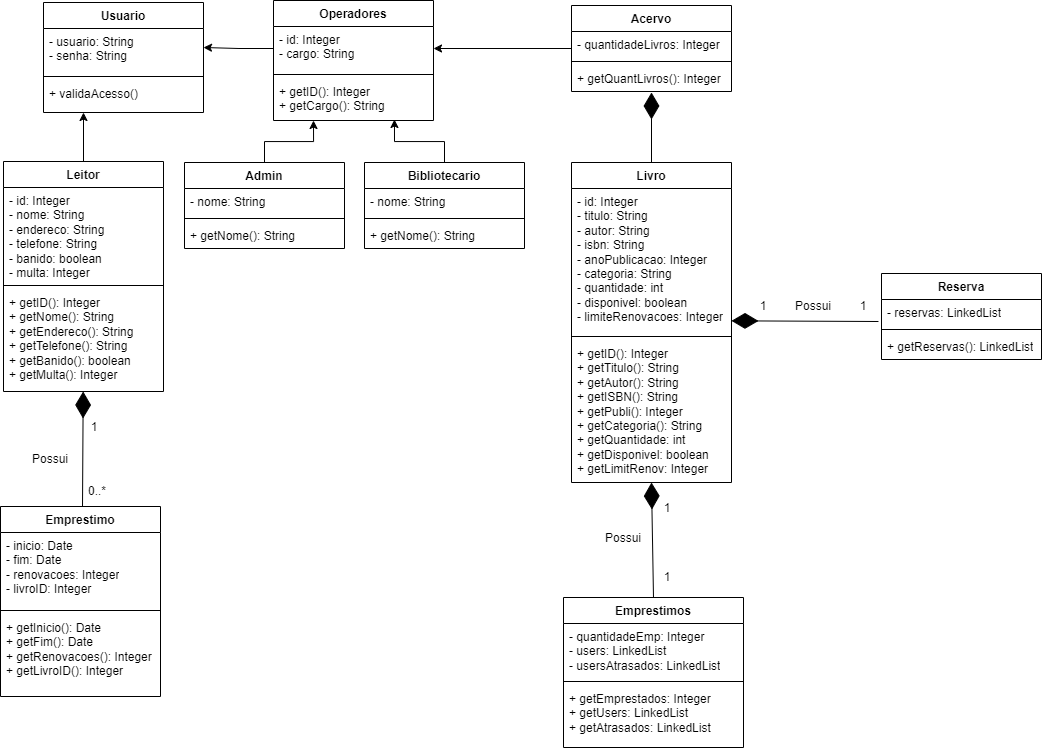
The draw.io diagram docs/DiagramaClasses.png in micaelmz/library-management-system, before a commit. Source tidied: cells renumbered, new cells last; positions are measured from the earlier drawing's top-left corner, leaving out a move shared by most shapes. The source it was exported from:
```xml
<mxGraphModel>
  <root>
    <mxCell id="0" />
    <mxCell id="1" parent="0" />
    <mxCell id="2" value="Usuario" style="swimlane;fontStyle=1;align=center;verticalAlign=top;horizontal=1;startSize=26;rounded=0;shadow=0;strokeWidth=1;labelBackgroundColor=none;" parent="1" vertex="1">
      <mxGeometry x="43" y="2" width="160" height="110" as="geometry" />
    </mxCell>
    <mxCell id="3" value="- usuario: String&#10;- senha: String" style="text;align=left;verticalAlign=top;spacingLeft=4;spacingRight=4;overflow=hidden;labelBackgroundColor=none;" parent="2" vertex="1">
      <mxGeometry y="26" width="160" height="44" as="geometry" />
    </mxCell>
    <mxCell id="4" style="line;html=1;strokeWidth=1;align=left;verticalAlign=middle;spacingTop=-1;spacingLeft=3;spacingRight=3;labelPosition=right;labelBackgroundColor=none;" parent="2" vertex="1">
      <mxGeometry y="70" width="160" height="8" as="geometry" />
    </mxCell>
    <mxCell id="5" value="+ validaAcesso()" style="text;align=left;verticalAlign=top;spacingLeft=4;spacingRight=4;overflow=hidden;labelBackgroundColor=none;" parent="2" vertex="1">
      <mxGeometry y="78" width="160" height="26" as="geometry" />
    </mxCell>
    <mxCell id="6" style="edgeStyle=orthogonalEdgeStyle;rounded=0;jettySize=auto;html=1;entryX=0.25;entryY=1;entryDx=0;entryDy=0;labelBackgroundColor=none;fontColor=default;" parent="1" edge="1" source="7" target="2">
      <mxGeometry relative="1" as="geometry" />
    </mxCell>
    <mxCell id="7" value="Leitor" style="swimlane;fontStyle=1;align=center;verticalAlign=top;horizontal=1;startSize=26;whiteSpace=wrap;html=1;labelBackgroundColor=none;" parent="1" vertex="1">
      <mxGeometry x="3" y="161" width="160" height="230" as="geometry" />
    </mxCell>
    <mxCell id="8" value="- id: Integer&lt;br&gt;- nome: String&lt;br&gt;- endereco: String&lt;br&gt;- telefone: String&lt;br&gt;- banido: boolean&lt;br&gt;- multa: Integer" style="text;strokeColor=none;fillColor=none;align=left;verticalAlign=top;spacingLeft=4;spacingRight=4;overflow=hidden;whiteSpace=wrap;html=1;labelBackgroundColor=none;" parent="7" vertex="1">
      <mxGeometry y="26" width="160" height="94" as="geometry" />
    </mxCell>
    <mxCell id="9" style="line;strokeWidth=1;fillColor=none;align=left;verticalAlign=middle;spacingTop=-1;spacingLeft=3;spacingRight=3;labelPosition=right;labelBackgroundColor=none;" parent="7" vertex="1">
      <mxGeometry y="120" width="160" height="8" as="geometry" />
    </mxCell>
    <mxCell id="10" value="+ getID(): Integer&lt;br style=&quot;border-color: var(--border-color);&quot;&gt;+ getNome(): String&lt;br&gt;+ getEndereco(): String&lt;br style=&quot;border-color: var(--border-color);&quot;&gt;+ getTelefone(): String&lt;br style=&quot;border-color: var(--border-color);&quot;&gt;+ getBanido(): boolean&lt;br&gt;+ getMulta(): Integer" style="text;strokeColor=none;fillColor=none;align=left;verticalAlign=top;spacingLeft=4;spacingRight=4;overflow=hidden;points=[[0,0.5],[1,0.5]];portConstraint=eastwest;whiteSpace=wrap;html=1;labelBackgroundColor=none;" parent="7" vertex="1">
      <mxGeometry y="128" width="160" height="102" as="geometry" />
    </mxCell>
    <mxCell id="11" style="edgeStyle=orthogonalEdgeStyle;rounded=0;jettySize=auto;html=1;entryX=0.756;entryY=0.976;entryDx=0;entryDy=0;entryPerimeter=0;labelBackgroundColor=none;fontColor=default;" parent="1" edge="1" source="12" target="44">
      <mxGeometry relative="1" as="geometry" />
    </mxCell>
    <mxCell id="12" value="Bibliotecario" style="swimlane;fontStyle=1;align=center;verticalAlign=top;horizontal=1;startSize=26;whiteSpace=wrap;html=1;labelBackgroundColor=none;" parent="1" vertex="1">
      <mxGeometry x="364" y="162" width="160" height="86" as="geometry" />
    </mxCell>
    <mxCell id="13" value="- nome: String" style="text;strokeColor=none;fillColor=none;align=left;verticalAlign=top;spacingLeft=4;spacingRight=4;overflow=hidden;whiteSpace=wrap;html=1;labelBackgroundColor=none;" parent="12" vertex="1">
      <mxGeometry y="26" width="160" height="26" as="geometry" />
    </mxCell>
    <mxCell id="14" style="line;strokeWidth=1;fillColor=none;align=left;verticalAlign=middle;spacingTop=-1;spacingLeft=3;spacingRight=3;labelPosition=right;labelBackgroundColor=none;" parent="12" vertex="1">
      <mxGeometry y="52" width="160" height="8" as="geometry" />
    </mxCell>
    <mxCell id="15" value="+ getNome(): String" style="text;strokeColor=none;fillColor=none;align=left;verticalAlign=top;spacingLeft=4;spacingRight=4;overflow=hidden;whiteSpace=wrap;html=1;labelBackgroundColor=none;" parent="12" vertex="1">
      <mxGeometry y="60" width="160" height="26" as="geometry" />
    </mxCell>
    <mxCell id="16" style="edgeStyle=orthogonalEdgeStyle;rounded=0;jettySize=auto;html=1;entryX=0.25;entryY=1;entryDx=0;entryDy=0;entryPerimeter=0;labelBackgroundColor=none;fontColor=default;" parent="1" edge="1" source="17" target="44">
      <mxGeometry relative="1" as="geometry" />
    </mxCell>
    <mxCell id="17" value="Admin" style="swimlane;fontStyle=1;align=center;verticalAlign=top;horizontal=1;startSize=26;whiteSpace=wrap;html=1;labelBackgroundColor=none;" parent="1" vertex="1">
      <mxGeometry x="184" y="162" width="160" height="86" as="geometry" />
    </mxCell>
    <mxCell id="18" value="- nome: String" style="text;strokeColor=none;fillColor=none;align=left;verticalAlign=top;spacingLeft=4;spacingRight=4;overflow=hidden;whiteSpace=wrap;html=1;labelBackgroundColor=none;" parent="17" vertex="1">
      <mxGeometry y="26" width="160" height="26" as="geometry" />
    </mxCell>
    <mxCell id="19" style="line;strokeWidth=1;fillColor=none;align=left;verticalAlign=middle;spacingTop=-1;spacingLeft=3;spacingRight=3;labelPosition=right;labelBackgroundColor=none;" parent="17" vertex="1">
      <mxGeometry y="52" width="160" height="8" as="geometry" />
    </mxCell>
    <mxCell id="20" value="+ getNome(): String" style="text;strokeColor=none;fillColor=none;align=left;verticalAlign=top;spacingLeft=4;spacingRight=4;overflow=hidden;whiteSpace=wrap;html=1;labelBackgroundColor=none;" parent="17" vertex="1">
      <mxGeometry y="60" width="160" height="26" as="geometry" />
    </mxCell>
    <mxCell id="21" value="Livro" style="swimlane;fontStyle=1;align=center;verticalAlign=top;horizontal=1;startSize=26;whiteSpace=wrap;html=1;labelBackgroundColor=none;" parent="1" vertex="1">
      <mxGeometry x="571" y="162" width="160" height="320" as="geometry" />
    </mxCell>
    <mxCell id="22" value="- id: Integer&lt;br&gt;- titulo: String&lt;br&gt;- autor: String&lt;br&gt;- isbn: String&lt;br&gt;- anoPublicacao: Integer&lt;br&gt;- categoria: String&lt;br&gt;- quantidade: int&lt;br&gt;- disponivel: boolean&lt;br&gt;- limiteRenovacoes: Integer" style="text;strokeColor=none;fillColor=none;align=left;verticalAlign=top;spacingLeft=4;spacingRight=4;overflow=hidden;points=[[0,0.5],[1,0.5]];portConstraint=eastwest;whiteSpace=wrap;html=1;labelBackgroundColor=none;" parent="21" vertex="1">
      <mxGeometry y="26" width="160" height="144" as="geometry" />
    </mxCell>
    <mxCell id="23" style="line;strokeWidth=1;fillColor=none;align=left;verticalAlign=middle;spacingTop=-1;spacingLeft=3;spacingRight=3;labelPosition=right;labelBackgroundColor=none;" parent="21" vertex="1">
      <mxGeometry y="170" width="160" height="8" as="geometry" />
    </mxCell>
    <mxCell id="24" value="+ getID(): Integer&lt;br&gt;+ getTitulo(): String&lt;br&gt;+ getAutor(): String&lt;br&gt;+ getISBN(): String&lt;br&gt;+ getPubli(): Integer&lt;br&gt;+ getCategoria(): String&lt;br&gt;+ getQuantidade: int&lt;br&gt;+ getDisponivel: boolean&lt;br&gt;+ getLimitRenov: Integer" style="text;strokeColor=none;fillColor=none;align=left;verticalAlign=top;spacingLeft=4;spacingRight=4;overflow=hidden;whiteSpace=wrap;html=1;labelBackgroundColor=none;" parent="21" vertex="1">
      <mxGeometry y="178" width="160" height="142" as="geometry" />
    </mxCell>
    <mxCell id="25" style="endArrow=diamondThin;endFill=1;endSize=24;html=1;rounded=0;exitX=0.25;exitY=1;exitDx=0;exitDy=0;labelBackgroundColor=none;fontColor=default;" parent="1" edge="1" source="46" target="10">
      <mxGeometry relative="1" as="geometry" />
    </mxCell>
    <mxCell id="26" style="edgeStyle=orthogonalEdgeStyle;rounded=0;jettySize=auto;html=1;entryX=1;entryY=0.5;entryDx=0;entryDy=0;labelBackgroundColor=none;fontColor=default;" parent="1" edge="1" source="27" target="42">
      <mxGeometry relative="1" as="geometry" />
    </mxCell>
    <mxCell id="27" value="Acervo" style="swimlane;fontStyle=1;align=center;verticalAlign=top;horizontal=1;startSize=26;whiteSpace=wrap;html=1;labelBackgroundColor=none;" parent="1" vertex="1">
      <mxGeometry x="571" y="5" width="160" height="86" as="geometry" />
    </mxCell>
    <mxCell id="28" value="- quantidadeLivros: Integer" style="text;strokeColor=none;fillColor=none;align=left;verticalAlign=top;spacingLeft=4;spacingRight=4;overflow=hidden;whiteSpace=wrap;html=1;labelBackgroundColor=none;" parent="27" vertex="1">
      <mxGeometry y="26" width="160" height="26" as="geometry" />
    </mxCell>
    <mxCell id="29" style="line;strokeWidth=1;fillColor=none;align=left;verticalAlign=middle;spacingTop=-1;spacingLeft=3;spacingRight=3;labelPosition=right;labelBackgroundColor=none;" parent="27" vertex="1">
      <mxGeometry y="52" width="160" height="8" as="geometry" />
    </mxCell>
    <mxCell id="30" value="+ getQuantLivros(): Integer" style="text;strokeColor=none;fillColor=none;align=left;verticalAlign=top;spacingLeft=4;spacingRight=4;overflow=hidden;points=[[0,0.5],[1,0.5]];portConstraint=eastwest;whiteSpace=wrap;html=1;labelBackgroundColor=none;" parent="27" vertex="1">
      <mxGeometry y="60" width="160" height="26" as="geometry" />
    </mxCell>
    <mxCell id="31" style="endArrow=diamondThin;endFill=1;endSize=24;html=1;rounded=0;exitX=0.5;exitY=0;exitDx=0;exitDy=0;entryX=0.5;entryY=1.038;entryDx=0;entryDy=0;entryPerimeter=0;labelBackgroundColor=none;fontColor=default;" parent="1" edge="1" source="21" target="30">
      <mxGeometry relative="1" as="geometry" />
    </mxCell>
    <mxCell id="32" value="Emprestimo" style="swimlane;fontStyle=1;align=center;verticalAlign=top;horizontal=1;startSize=26;whiteSpace=wrap;html=1;labelBackgroundColor=none;" parent="1" vertex="1">
      <mxGeometry y="506" width="160" height="190" as="geometry" />
    </mxCell>
    <mxCell id="33" value="- inicio: Date&lt;br&gt;- fim: Date&lt;br&gt;- renovacoes: Integer&lt;br&gt;- livroID: Integer" style="text;strokeColor=none;fillColor=none;align=left;verticalAlign=top;spacingLeft=4;spacingRight=4;overflow=hidden;whiteSpace=wrap;html=1;labelBackgroundColor=none;" parent="32" vertex="1">
      <mxGeometry y="26" width="160" height="74" as="geometry" />
    </mxCell>
    <mxCell id="34" style="line;strokeWidth=1;fillColor=none;align=left;verticalAlign=middle;spacingTop=-1;spacingLeft=3;spacingRight=3;labelPosition=right;labelBackgroundColor=none;" parent="32" vertex="1">
      <mxGeometry y="100" width="160" height="8" as="geometry" />
    </mxCell>
    <mxCell id="35" value="+ getInicio(): Date&lt;br&gt;+ getFim(): Date&lt;br&gt;+ getRenovacoes(): Integer&lt;br style=&quot;border-color: var(--border-color);&quot;&gt;+ getLivroID(): Integer" style="text;strokeColor=none;fillColor=none;align=left;verticalAlign=top;spacingLeft=4;spacingRight=4;overflow=hidden;whiteSpace=wrap;html=1;labelBackgroundColor=none;" parent="32" vertex="1">
      <mxGeometry y="108" width="160" height="82" as="geometry" />
    </mxCell>
    <mxCell id="36" value="Reserva" style="swimlane;fontStyle=1;align=center;verticalAlign=top;horizontal=1;startSize=26;whiteSpace=wrap;html=1;labelBackgroundColor=none;" parent="1" vertex="1">
      <mxGeometry x="881" y="273" width="160" height="86" as="geometry" />
    </mxCell>
    <mxCell id="37" value="- reservas: LinkedList" style="text;strokeColor=none;fillColor=none;align=left;verticalAlign=top;spacingLeft=4;spacingRight=4;overflow=hidden;points=[[0,0.5],[1,0.5]];portConstraint=eastwest;whiteSpace=wrap;html=1;labelBackgroundColor=none;" parent="36" vertex="1">
      <mxGeometry y="26" width="160" height="26" as="geometry" />
    </mxCell>
    <mxCell id="38" style="line;strokeWidth=1;fillColor=none;align=left;verticalAlign=middle;spacingTop=-1;spacingLeft=3;spacingRight=3;labelPosition=right;labelBackgroundColor=none;" parent="36" vertex="1">
      <mxGeometry y="52" width="160" height="8" as="geometry" />
    </mxCell>
    <mxCell id="39" value="+ getReservas(): LinkedList" style="text;strokeColor=none;fillColor=none;align=left;verticalAlign=top;spacingLeft=4;spacingRight=4;overflow=hidden;whiteSpace=wrap;html=1;labelBackgroundColor=none;" parent="36" vertex="1">
      <mxGeometry y="60" width="160" height="26" as="geometry" />
    </mxCell>
    <mxCell id="40" style="endArrow=diamondThin;endFill=1;endSize=24;html=1;rounded=0;exitX=-0.019;exitY=0.846;exitDx=0;exitDy=0;exitPerimeter=0;labelBackgroundColor=none;fontColor=default;entryX=1;entryY=0.919;entryDx=0;entryDy=0;entryPerimeter=0;" parent="1" edge="1" source="37" target="22">
      <mxGeometry relative="1" as="geometry" />
    </mxCell>
    <mxCell id="41" value="Operadores" style="swimlane;fontStyle=1;align=center;verticalAlign=top;horizontal=1;startSize=26;whiteSpace=wrap;html=1;labelBackgroundColor=none;" parent="1" vertex="1">
      <mxGeometry x="273" width="160" height="120" as="geometry" />
    </mxCell>
    <mxCell id="42" value="- id: Integer&lt;br&gt;- cargo: String" style="text;strokeColor=none;fillColor=none;align=left;verticalAlign=top;spacingLeft=4;spacingRight=4;overflow=hidden;points=[[0,0.5],[1,0.5]];portConstraint=eastwest;whiteSpace=wrap;html=1;labelBackgroundColor=none;" parent="41" vertex="1">
      <mxGeometry y="26" width="160" height="44" as="geometry" />
    </mxCell>
    <mxCell id="43" style="line;strokeWidth=1;fillColor=none;align=left;verticalAlign=middle;spacingTop=-1;spacingLeft=3;spacingRight=3;labelPosition=right;labelBackgroundColor=none;" parent="41" vertex="1">
      <mxGeometry y="70" width="160" height="8" as="geometry" />
    </mxCell>
    <mxCell id="44" value="+ getID(): Integer&lt;br&gt;+ getCargo(): String" style="text;strokeColor=none;fillColor=none;align=left;verticalAlign=top;spacingLeft=4;spacingRight=4;overflow=hidden;points=[[0,0.5],[1,0.5]];portConstraint=eastwest;whiteSpace=wrap;html=1;labelBackgroundColor=none;" parent="41" vertex="1">
      <mxGeometry y="78" width="160" height="42" as="geometry" />
    </mxCell>
    <mxCell id="45" style="edgeStyle=orthogonalEdgeStyle;rounded=0;jettySize=auto;html=1;entryX=1;entryY=0.5;entryDx=0;entryDy=0;labelBackgroundColor=none;fontColor=default;" parent="1" edge="1" source="42">
      <mxGeometry relative="1" as="geometry">
        <mxPoint x="203" y="47" as="targetPoint" />
      </mxGeometry>
    </mxCell>
    <mxCell id="46" value="0..*" style="text;html=1;strokeColor=none;fillColor=none;align=center;verticalAlign=middle;whiteSpace=wrap;rounded=0;" parent="1" vertex="1">
      <mxGeometry x="67" y="476" width="60" height="30" as="geometry" />
    </mxCell>
    <mxCell id="47" value="1" style="text;html=1;strokeColor=none;fillColor=none;align=center;verticalAlign=middle;whiteSpace=wrap;rounded=0;" parent="1" vertex="1">
      <mxGeometry x="64" y="412" width="60" height="30" as="geometry" />
    </mxCell>
    <mxCell id="48" value="Possui" style="text;html=1;strokeColor=none;fillColor=none;align=center;verticalAlign=middle;whiteSpace=wrap;rounded=0;" parent="1" vertex="1">
      <mxGeometry x="20" y="444" width="60" height="30" as="geometry" />
    </mxCell>
    <mxCell id="49" value="Possui" style="text;html=1;strokeColor=none;fillColor=none;align=center;verticalAlign=middle;whiteSpace=wrap;rounded=0;" parent="1" vertex="1">
      <mxGeometry x="783" y="291" width="60" height="30" as="geometry" />
    </mxCell>
    <mxCell id="50" value="1" style="text;html=1;strokeColor=none;fillColor=none;align=center;verticalAlign=middle;whiteSpace=wrap;rounded=0;" parent="1" vertex="1">
      <mxGeometry x="733" y="291" width="60" height="30" as="geometry" />
    </mxCell>
    <mxCell id="51" value="1" style="text;html=1;strokeColor=none;fillColor=none;align=center;verticalAlign=middle;whiteSpace=wrap;rounded=0;" parent="1" vertex="1">
      <mxGeometry x="833" y="291" width="60" height="30" as="geometry" />
    </mxCell>
    <mxCell id="52" value="Emprestimos" style="swimlane;fontStyle=1;align=center;verticalAlign=top;horizontal=1;startSize=26;whiteSpace=wrap;html=1;labelBackgroundColor=none;" parent="1" vertex="1">
      <mxGeometry x="563" y="597" width="180" height="150" as="geometry" />
    </mxCell>
    <mxCell id="53" value="- quantidadeEmp: Integer&lt;br&gt;- users: LinkedList&lt;br&gt;- usersAtrasados: LinkedList" style="text;strokeColor=none;fillColor=none;align=left;verticalAlign=top;spacingLeft=4;spacingRight=4;overflow=hidden;whiteSpace=wrap;html=1;labelBackgroundColor=none;" parent="52" vertex="1">
      <mxGeometry y="26" width="180" height="54" as="geometry" />
    </mxCell>
    <mxCell id="54" style="line;strokeWidth=1;fillColor=none;align=left;verticalAlign=middle;spacingTop=-1;spacingLeft=3;spacingRight=3;labelPosition=right;labelBackgroundColor=none;" parent="52" vertex="1">
      <mxGeometry y="80" width="180" height="8" as="geometry" />
    </mxCell>
    <mxCell id="55" value="+ getEmprestados: Integer&lt;br style=&quot;border-color: var(--border-color);&quot;&gt;+ getUsers: LinkedList&lt;br style=&quot;border-color: var(--border-color);&quot;&gt;+ getAtrasados: LinkedList" style="text;strokeColor=none;fillColor=none;align=left;verticalAlign=top;spacingLeft=4;spacingRight=4;overflow=hidden;whiteSpace=wrap;html=1;labelBackgroundColor=none;" parent="52" vertex="1">
      <mxGeometry y="88" width="180" height="62" as="geometry" />
    </mxCell>
    <mxCell id="56" style="endArrow=diamondThin;endFill=1;endSize=24;html=1;rounded=0;exitX=0.5;exitY=0;exitDx=0;exitDy=0;labelBackgroundColor=none;fontColor=default;entryX=0.5;entryY=1;entryDx=0;entryDy=0;" parent="1" edge="1" source="52" target="21">
      <mxGeometry relative="1" as="geometry" />
    </mxCell>
    <mxCell id="57" value="Possui" style="text;html=1;strokeColor=none;fillColor=none;align=center;verticalAlign=middle;whiteSpace=wrap;rounded=0;" parent="1" vertex="1">
      <mxGeometry x="593" y="523" width="60" height="30" as="geometry" />
    </mxCell>
    <mxCell id="58" value="1" style="text;html=1;strokeColor=none;fillColor=none;align=center;verticalAlign=middle;whiteSpace=wrap;rounded=0;" parent="1" vertex="1">
      <mxGeometry x="637" y="493" width="60" height="30" as="geometry" />
    </mxCell>
    <mxCell id="59" value="1" style="text;html=1;strokeColor=none;fillColor=none;align=center;verticalAlign=middle;whiteSpace=wrap;rounded=0;" parent="1" vertex="1">
      <mxGeometry x="637" y="562" width="60" height="30" as="geometry" />
    </mxCell>
  </root>
</mxGraphModel>
```
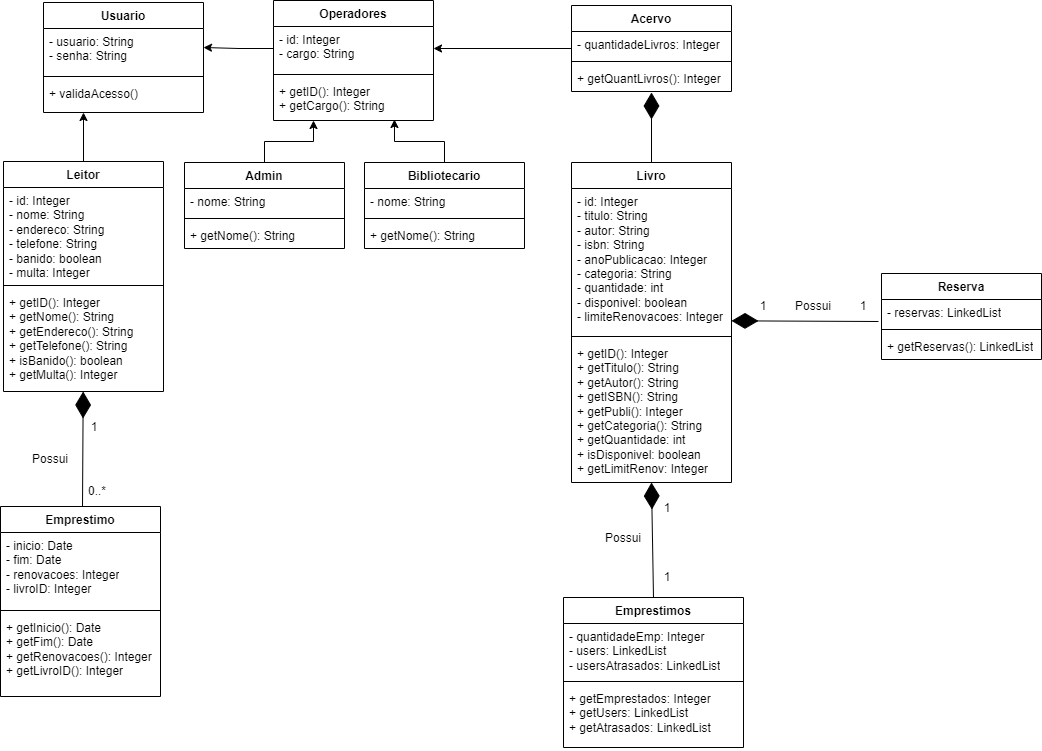
Later version of the same file.

Commit message:
📚docs: Atualização no Diagrama de Classes -> Getters dos Booleans

Diff of the diagram source:
```diff
@@ -26,7 +26,7 @@
     <mxCell id="9" style="line;strokeWidth=1;fillColor=none;align=left;verticalAlign=middle;spacingTop=-1;spacingLeft=3;spacingRight=3;labelPosition=right;labelBackgroundColor=none;" parent="7" vertex="1">
       <mxGeometry y="120" width="160" height="8" as="geometry" />
     </mxCell>
-    <mxCell id="10" value="+ getID(): Integer&lt;br style=&quot;border-color: var(--border-color);&quot;&gt;+ getNome(): String&lt;br&gt;+ getEndereco(): String&lt;br style=&quot;border-color: var(--border-color);&quot;&gt;+ getTelefone(): String&lt;br style=&quot;border-color: var(--border-color);&quot;&gt;+ getBanido(): boolean&lt;br&gt;+ getMulta(): Integer" style="text;strokeColor=none;fillColor=none;align=left;verticalAlign=top;spacingLeft=4;spacingRight=4;overflow=hidden;points=[[0,0.5],[1,0.5]];portConstraint=eastwest;whiteSpace=wrap;html=1;labelBackgroundColor=none;" parent="7" vertex="1">
+    <mxCell id="10" value="+ getID(): Integer&lt;br style=&quot;border-color: var(--border-color);&quot;&gt;+ getNome(): String&lt;br&gt;+ getEndereco(): String&lt;br style=&quot;border-color: var(--border-color);&quot;&gt;+ getTelefone(): String&lt;br style=&quot;border-color: var(--border-color);&quot;&gt;+ isBanido(): boolean&lt;br&gt;+ getMulta(): Integer" style="text;strokeColor=none;fillColor=none;align=left;verticalAlign=top;spacingLeft=4;spacingRight=4;overflow=hidden;points=[[0,0.5],[1,0.5]];portConstraint=eastwest;whiteSpace=wrap;html=1;labelBackgroundColor=none;" parent="7" vertex="1">
       <mxGeometry y="128" width="160" height="102" as="geometry" />
     </mxCell>
     <mxCell id="11" style="edgeStyle=orthogonalEdgeStyle;rounded=0;jettySize=auto;html=1;entryX=0.756;entryY=0.976;entryDx=0;entryDy=0;entryPerimeter=0;labelBackgroundColor=none;fontColor=default;" parent="1" edge="1" source="12" target="44">
@@ -68,7 +68,7 @@
     <mxCell id="23" style="line;strokeWidth=1;fillColor=none;align=left;verticalAlign=middle;spacingTop=-1;spacingLeft=3;spacingRight=3;labelPosition=right;labelBackgroundColor=none;" parent="21" vertex="1">
       <mxGeometry y="170" width="160" height="8" as="geometry" />
     </mxCell>
-    <mxCell id="24" value="+ getID(): Integer&lt;br&gt;+ getTitulo(): String&lt;br&gt;+ getAutor(): String&lt;br&gt;+ getISBN(): String&lt;br&gt;+ getPubli(): Integer&lt;br&gt;+ getCategoria(): String&lt;br&gt;+ getQuantidade: int&lt;br&gt;+ getDisponivel: boolean&lt;br&gt;+ getLimitRenov: Integer" style="text;strokeColor=none;fillColor=none;align=left;verticalAlign=top;spacingLeft=4;spacingRight=4;overflow=hidden;whiteSpace=wrap;html=1;labelBackgroundColor=none;" parent="21" vertex="1">
+    <mxCell id="24" value="+ getID(): Integer&lt;br&gt;+ getTitulo(): String&lt;br&gt;+ getAutor(): String&lt;br&gt;+ getISBN(): String&lt;br&gt;+ getPubli(): Integer&lt;br&gt;+ getCategoria(): String&lt;br&gt;+ getQuantidade: int&lt;br&gt;+ isDisponivel: boolean&lt;br&gt;+ getLimitRenov: Integer" style="text;strokeColor=none;fillColor=none;align=left;verticalAlign=top;spacingLeft=4;spacingRight=4;overflow=hidden;whiteSpace=wrap;html=1;labelBackgroundColor=none;" parent="21" vertex="1">
       <mxGeometry y="178" width="160" height="142" as="geometry" />
     </mxCell>
     <mxCell id="25" style="endArrow=diamondThin;endFill=1;endSize=24;html=1;rounded=0;exitX=0.25;exitY=1;exitDx=0;exitDy=0;labelBackgroundColor=none;fontColor=default;" parent="1" edge="1" source="46" target="10">
```
